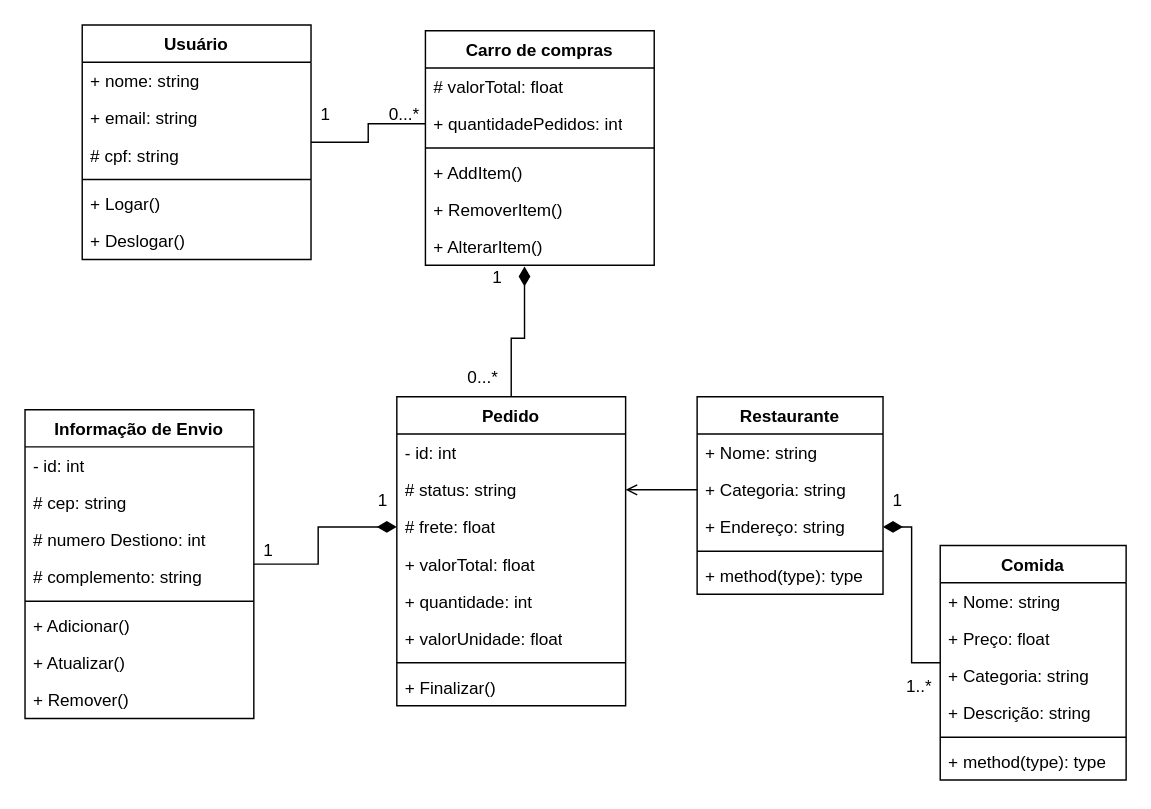
LucasBO7/senai-curso-repos keeps this draw.io diagram as Back-end/Aula-27-04-2023 - UML/Diagrama sem nome.drawio. Above is the earlier version. Source tidied: cells renumbered, new cells numbered last; positions are measured from the earlier drawing's top-left corner, leaving out a move shared by most shapes. Both pictures are drawn from the tidied source at 143%, with x=0, y=0 at pixel (24, 24).
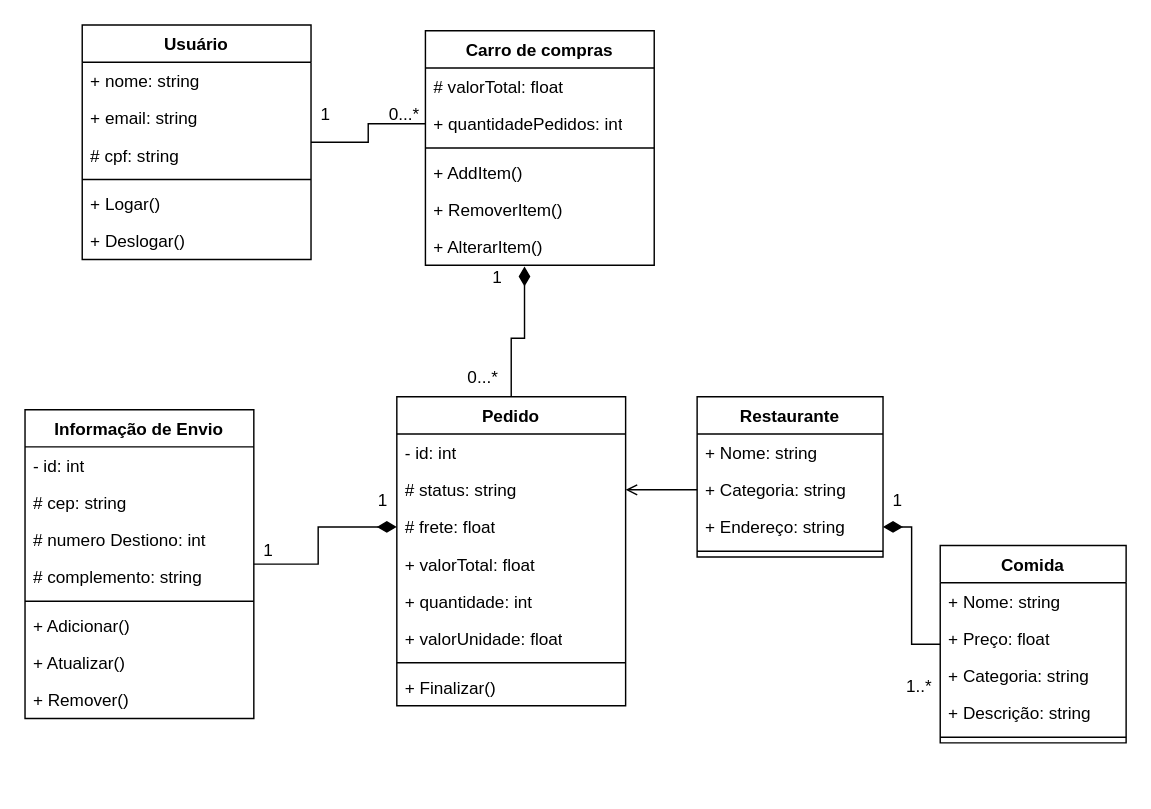
The same diagram, later.

The edit, as a diff of the source:
```diff
@@
     <mxCell id="2" value="Restaurante" style="swimlane;fontStyle=1;align=center;verticalAlign=top;horizontal=1;startSize=26;whiteSpace=wrap;html=1;" parent="1" vertex="1">
-      <mxGeometry x="470" y="260" width="130" height="138" as="geometry" />
+      <mxGeometry x="470" y="260" width="130" height="112" as="geometry" />
     </mxCell>
@@
-    <mxCell id="7" value="+ method(type): type" style="text;strokeColor=none;fillColor=none;align=left;verticalAlign=top;spacingLeft=4;spacingRight=4;overflow=hidden;whiteSpace=wrap;html=1;" parent="2" vertex="1">
-      <mxGeometry y="112" width="130" height="26" as="geometry" />
-    </mxCell>
@@
     <mxCell id="9" value="Comida" style="swimlane;fontStyle=1;align=center;verticalAlign=top;horizontal=1;startSize=26;whiteSpace=wrap;html=1;" parent="1" vertex="1">
-      <mxGeometry x="640" y="364" width="130" height="164" as="geometry" />
+      <mxGeometry x="640" y="364" width="130" height="138" as="geometry" />
     </mxCell>
@@
-    <mxCell id="15" value="+ method(type): type" style="text;strokeColor=none;fillColor=none;align=left;verticalAlign=top;spacingLeft=4;spacingRight=4;overflow=hidden;whiteSpace=wrap;html=1;" parent="9" vertex="1">
-      <mxGeometry y="138" width="130" height="26" as="geometry" />
-    </mxCell>
```
